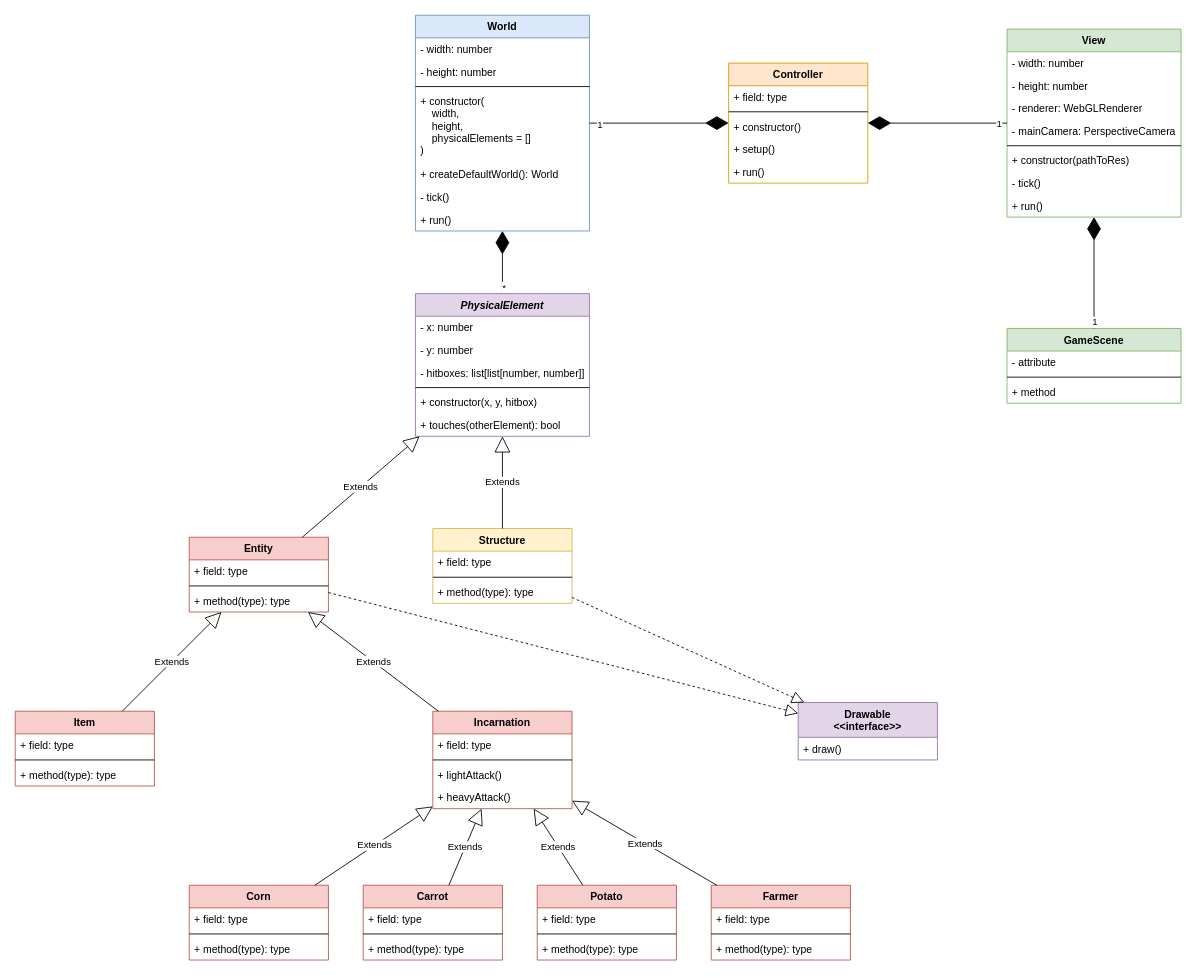
le-chartreux/Rutabagarre-web-edition keeps this draw.io diagram as information/class diagram.drawio. Above is the earlier version. Source tidied: cells renumbered, new cells numbered last; positions are measured from the earlier drawing's top-left corner, leaving out a move shared by most shapes. Both pictures are drawn from the tidied source at 87%, with x=0, y=0 at pixel (15, 15).
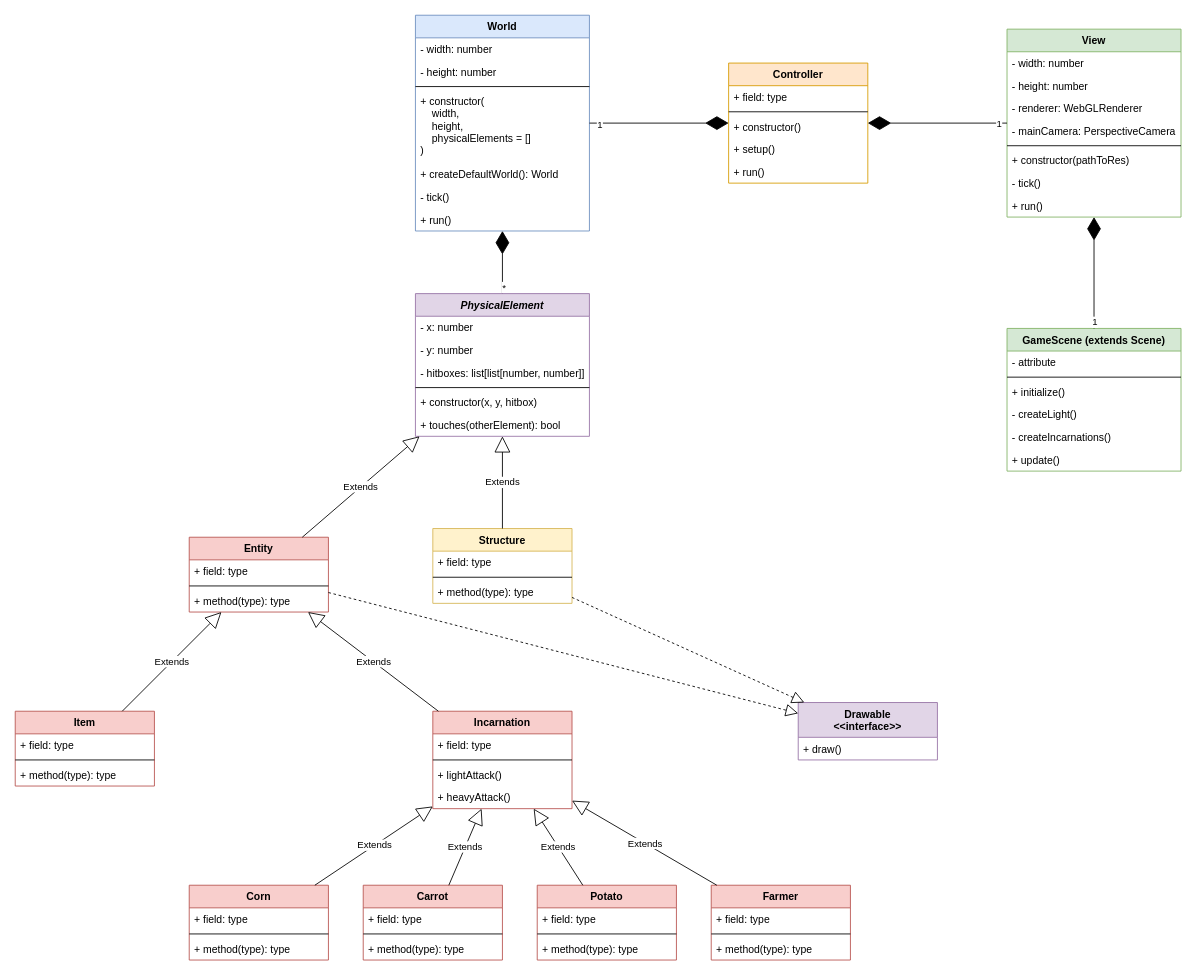
The same page after the edit.

The edit, as a diff of the source:
```diff
@@
-    <mxCell id="83" value="GameScene" style="swimlane;fontStyle=1;align=center;verticalAlign=top;horizontal=1;startSize=26;fillColor=#d5e8d4;strokeColor=#82b366;" parent="1" vertex="1">
-      <mxGeometry x="1140" y="360" width="200" height="86" as="geometry" />
+    <mxCell id="83" value="GameScene (extends Scene)" style="swimlane;fontStyle=1;align=center;verticalAlign=top;horizontal=1;startSize=26;fillColor=#d5e8d4;strokeColor=#82b366;" parent="1" vertex="1">
+      <mxGeometry x="1140" y="360" width="200" height="164" as="geometry" />
     </mxCell>
@@
-    <mxCell id="86" value="+ method" style="text;strokeColor=none;fillColor=none;align=left;verticalAlign=top;spacingLeft=4;spacingRight=4;overflow=hidden;" parent="83" vertex="1">
+    <mxCell id="86" value="+ initialize()" style="text;strokeColor=none;fillColor=none;align=left;verticalAlign=top;spacingLeft=4;spacingRight=4;overflow=hidden;" parent="83" vertex="1">
       <mxGeometry y="60" width="200" height="26" as="geometry" />
     </mxCell>
+    <mxCell id="89" value="- createLight()" style="text;strokeColor=none;fillColor=none;align=left;verticalAlign=top;spacingLeft=4;spacingRight=4;overflow=hidden;" parent="83" vertex="1">
+      <mxGeometry y="86" width="200" height="26" as="geometry" />
+    </mxCell>
+    <mxCell id="90" value="- createIncarnations()" style="text;strokeColor=none;fillColor=none;align=left;verticalAlign=top;spacingLeft=4;spacingRight=4;overflow=hidden;" parent="83" vertex="1">
+      <mxGeometry y="112" width="200" height="26" as="geometry" />
+    </mxCell>
+    <mxCell id="91" value="+ update()" style="text;strokeColor=none;fillColor=none;align=left;verticalAlign=top;spacingLeft=4;spacingRight=4;overflow=hidden;" parent="83" vertex="1">
+      <mxGeometry y="138" width="200" height="26" as="geometry" />
+    </mxCell>
```
